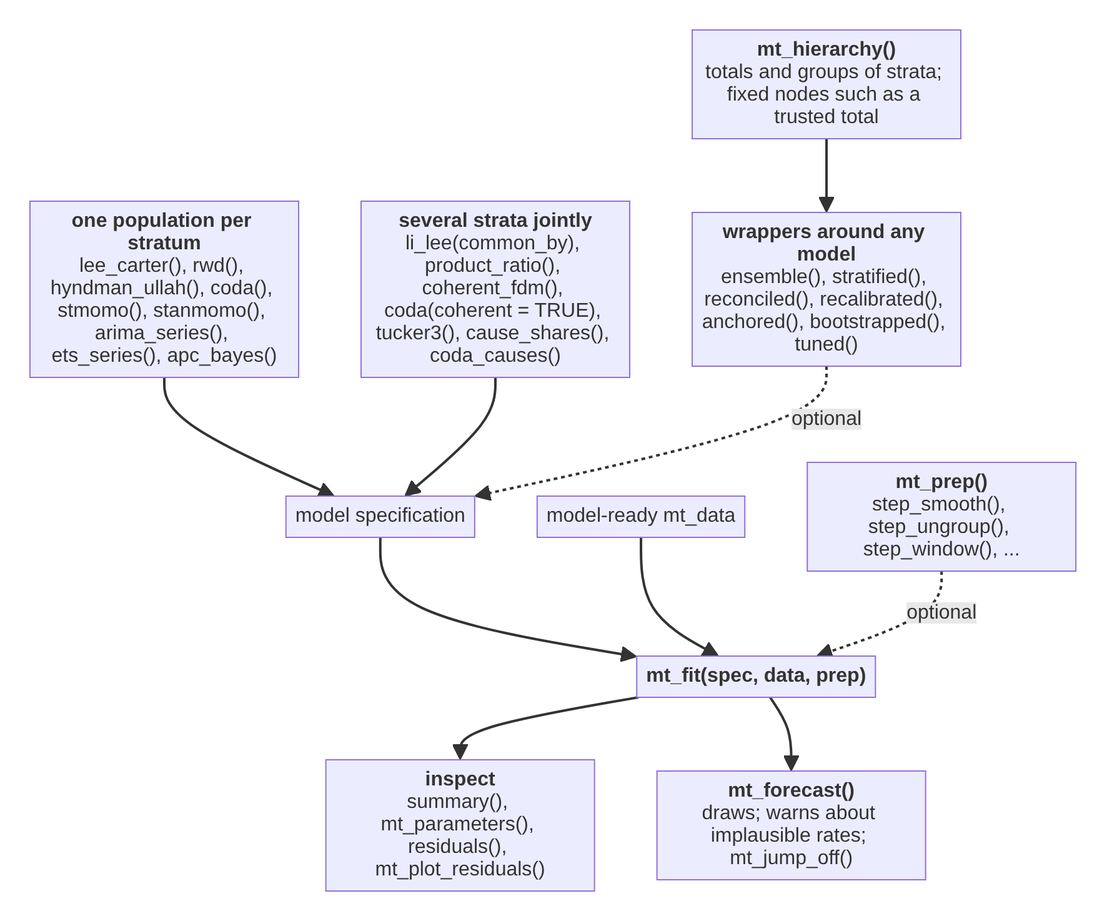
Above: vignettes/articles/function-map-models.png in kalleEF/mortensor (Mermaid), before the change. Its source is kept beside it as dev/diagrams/function-map-models.mmd.
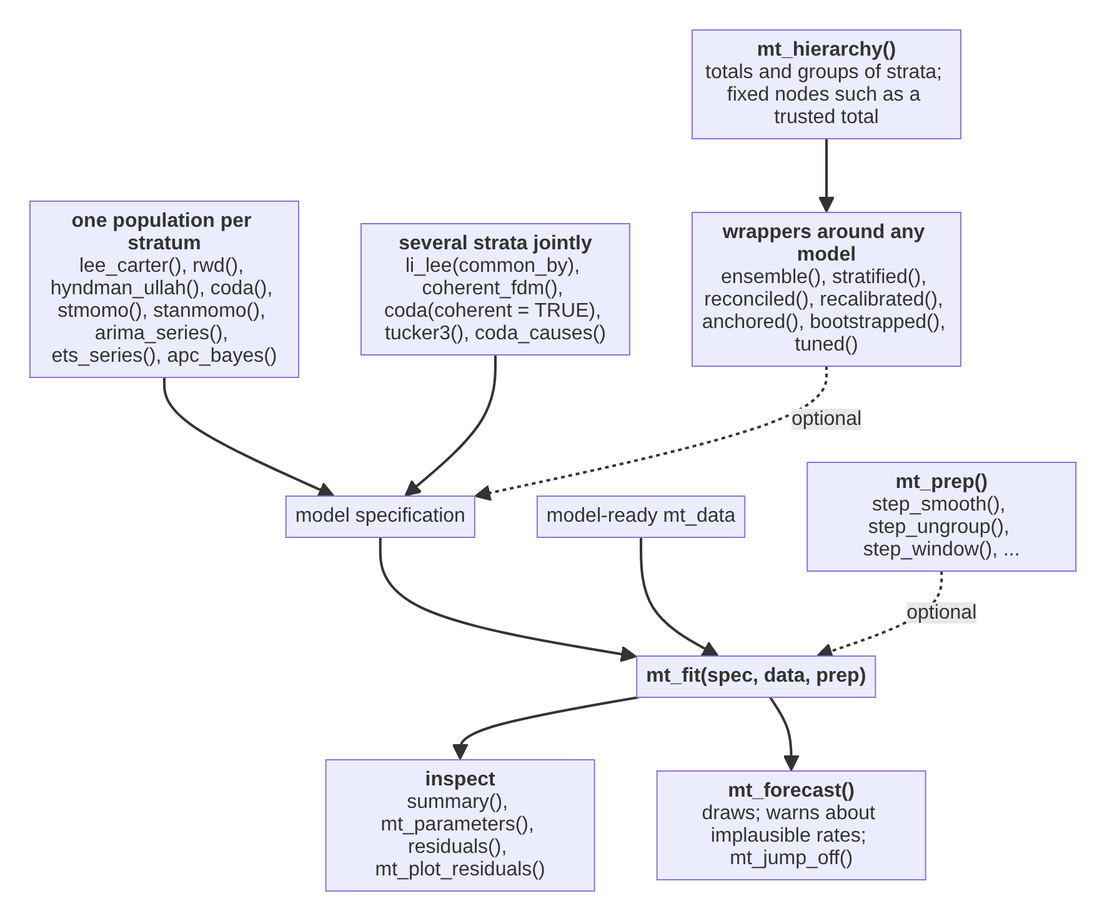
The same file after the commit.

The edit, as a diff of the source:
```diff
@@ -2,7 +2,7 @@
   ONE["`**one population per stratum**
   lee_carter(), rwd(), hyndman_ullah(), coda(), stmomo(), stanmomo(), arima_series(), ets_series(), apc_bayes()`"]
   MANY["`**several strata jointly**
-  li_lee(common_by), product_ratio(), coherent_fdm(), coda(coherent = TRUE), tucker3(), cause_shares(), coda_causes()`"]
+  li_lee(common_by), coherent_fdm(), coda(coherent = TRUE), tucker3(), coda_causes()`"]
   H["`**mt_hierarchy()**
   totals and groups of strata; fixed nodes such as a trusted total`"]
   WRAP["`**wrappers around any model**
```
